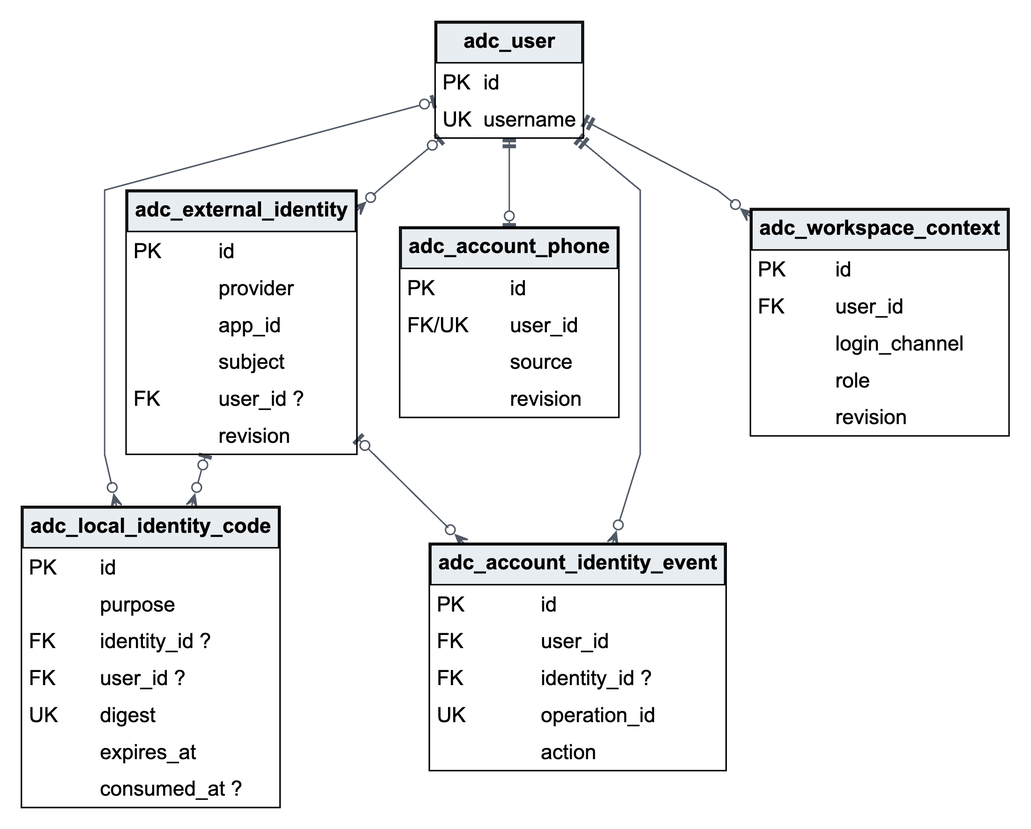
Earlier version of the Graphviz export docs/database/er_patient_account.png (Zhang646967/adc-dental-clinic). Its source is kept beside it as docs/database/er_patient_account.dot.
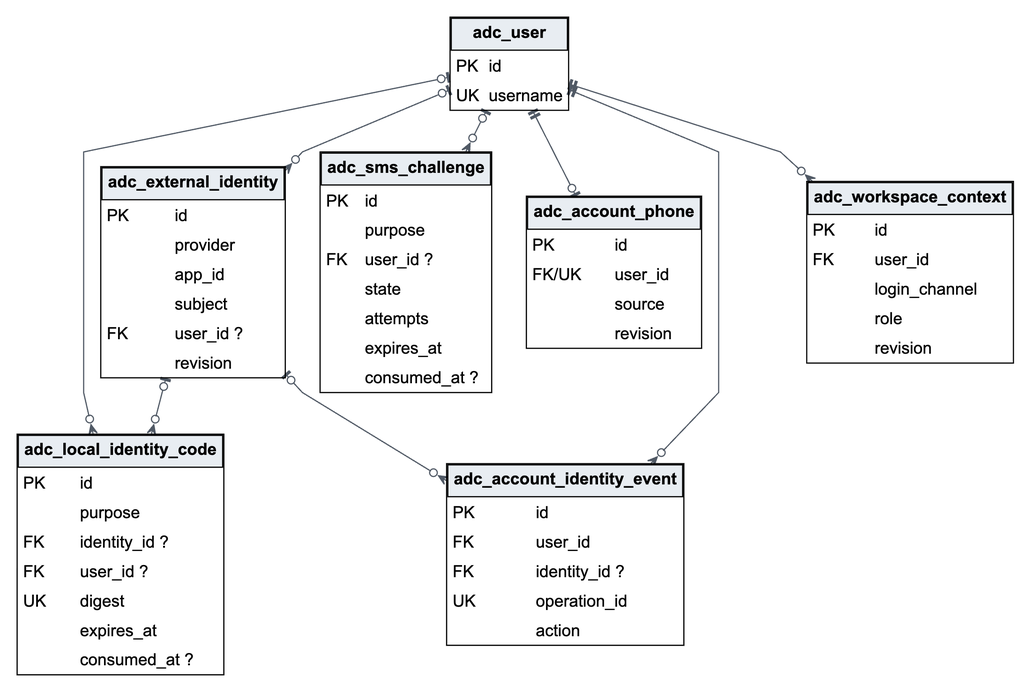
Later version of the same file.

Change to the diagram source:
```diff
@@ -5,12 +5,14 @@
 "adc_user" [label=<<TABLE BORDER="1" CELLBORDER="0" CELLSPACING="0" CELLPADDING="4"><TR><TD COLSPAN="2" BGCOLOR="#e8edf2" BORDER="1"><B>adc_user</B></TD></TR><TR><TD ALIGN="LEFT">PK</TD><TD ALIGN="LEFT" PORT="id">id</TD></TR><TR><TD ALIGN="LEFT">UK</TD><TD ALIGN="LEFT" PORT="username">username</TD></TR></TABLE>>];
 "adc_external_identity" [label=<<TABLE BORDER="1" CELLBORDER="0" CELLSPACING="0" CELLPADDING="4"><TR><TD COLSPAN="2" BGCOLOR="#e8edf2" BORDER="1"><B>adc_external_identity</B></TD></TR><TR><TD ALIGN="LEFT">PK</TD><TD ALIGN="LEFT" PORT="id">id</TD></TR><TR><TD ALIGN="LEFT"></TD><TD ALIGN="LEFT" PORT="provider">provider</TD></TR><TR><TD ALIGN="LEFT"></TD><TD ALIGN="LEFT" PORT="app_id">app_id</TD></TR><TR><TD ALIGN="LEFT"></TD><TD ALIGN="LEFT" PORT="subject">subject</TD></TR><TR><TD ALIGN="LEFT">FK</TD><TD ALIGN="LEFT" PORT="user_id">user_id ?</TD></TR><TR><TD ALIGN="LEFT"></TD><TD ALIGN="LEFT" PORT="revision">revision</TD></TR></TABLE>>];
 "adc_local_identity_code" [label=<<TABLE BORDER="1" CELLBORDER="0" CELLSPACING="0" CELLPADDING="4"><TR><TD COLSPAN="2" BGCOLOR="#e8edf2" BORDER="1"><B>adc_local_identity_code</B></TD></TR><TR><TD ALIGN="LEFT">PK</TD><TD ALIGN="LEFT" PORT="id">id</TD></TR><TR><TD ALIGN="LEFT"></TD><TD ALIGN="LEFT" PORT="purpose">purpose</TD></TR><TR><TD ALIGN="LEFT">FK</TD><TD ALIGN="LEFT" PORT="identity_id">identity_id ?</TD></TR><TR><TD ALIGN="LEFT">FK</TD><TD ALIGN="LEFT" PORT="user_id">user_id ?</TD></TR><TR><TD ALIGN="LEFT">UK</TD><TD ALIGN="LEFT" PORT="digest">digest</TD></TR><TR><TD ALIGN="LEFT"></TD><TD ALIGN="LEFT" PORT="expires_at">expires_at</TD></TR><TR><TD ALIGN="LEFT"></TD><TD ALIGN="LEFT" PORT="consumed_at">consumed_at ?</TD></TR></TABLE>>];
+"adc_sms_challenge" [label=<<TABLE BORDER="1" CELLBORDER="0" CELLSPACING="0" CELLPADDING="4"><TR><TD COLSPAN="2" BGCOLOR="#e8edf2" BORDER="1"><B>adc_sms_challenge</B></TD></TR><TR><TD ALIGN="LEFT">PK</TD><TD ALIGN="LEFT" PORT="id">id</TD></TR><TR><TD ALIGN="LEFT"></TD><TD ALIGN="LEFT" PORT="purpose">purpose</TD></TR><TR><TD ALIGN="LEFT">FK</TD><TD ALIGN="LEFT" PORT="user_id">user_id ?</TD></TR><TR><TD ALIGN="LEFT"></TD><TD ALIGN="LEFT" PORT="state">state</TD></TR><TR><TD ALIGN="LEFT"></TD><TD ALIGN="LEFT" PORT="attempts">attempts</TD></TR><TR><TD ALIGN="LEFT"></TD><TD ALIGN="LEFT" PORT="expires_at">expires_at</TD></TR><TR><TD ALIGN="LEFT"></TD><TD ALIGN="LEFT" PORT="consumed_at">consumed_at ?</TD></TR></TABLE>>];
 "adc_account_phone" [label=<<TABLE BORDER="1" CELLBORDER="0" CELLSPACING="0" CELLPADDING="4"><TR><TD COLSPAN="2" BGCOLOR="#e8edf2" BORDER="1"><B>adc_account_phone</B></TD></TR><TR><TD ALIGN="LEFT">PK</TD><TD ALIGN="LEFT" PORT="id">id</TD></TR><TR><TD ALIGN="LEFT">FK/UK</TD><TD ALIGN="LEFT" PORT="user_id">user_id</TD></TR><TR><TD ALIGN="LEFT"></TD><TD ALIGN="LEFT" PORT="source">source</TD></TR><TR><TD ALIGN="LEFT"></TD><TD ALIGN="LEFT" PORT="revision">revision</TD></TR></TABLE>>];
 "adc_account_identity_event" [label=<<TABLE BORDER="1" CELLBORDER="0" CELLSPACING="0" CELLPADDING="4"><TR><TD COLSPAN="2" BGCOLOR="#e8edf2" BORDER="1"><B>adc_account_identity_event</B></TD></TR><TR><TD ALIGN="LEFT">PK</TD><TD ALIGN="LEFT" PORT="id">id</TD></TR><TR><TD ALIGN="LEFT">FK</TD><TD ALIGN="LEFT" PORT="user_id">user_id</TD></TR><TR><TD ALIGN="LEFT">FK</TD><TD ALIGN="LEFT" PORT="identity_id">identity_id ?</TD></TR><TR><TD ALIGN="LEFT">UK</TD><TD ALIGN="LEFT" PORT="operation_id">operation_id</TD></TR><TR><TD ALIGN="LEFT"></TD><TD ALIGN="LEFT" PORT="action">action</TD></TR></TABLE>>];
 "adc_workspace_context" [label=<<TABLE BORDER="1" CELLBORDER="0" CELLSPACING="0" CELLPADDING="4"><TR><TD COLSPAN="2" BGCOLOR="#e8edf2" BORDER="1"><B>adc_workspace_context</B></TD></TR><TR><TD ALIGN="LEFT">PK</TD><TD ALIGN="LEFT" PORT="id">id</TD></TR><TR><TD ALIGN="LEFT">FK</TD><TD ALIGN="LEFT" PORT="user_id">user_id</TD></TR><TR><TD ALIGN="LEFT"></TD><TD ALIGN="LEFT" PORT="login_channel">login_channel</TD></TR><TR><TD ALIGN="LEFT"></TD><TD ALIGN="LEFT" PORT="role">role</TD></TR><TR><TD ALIGN="LEFT"></TD><TD ALIGN="LEFT" PORT="revision">revision</TD></TR></TABLE>>];
 "adc_user" -> "adc_external_identity" [arrowtail="teeodot", arrowhead="crowodot", tooltip="adc_external_identity.user_id references adc_user.id; 0..*:0..1"];
 "adc_external_identity" -> "adc_local_identity_code" [arrowtail="teeodot", arrowhead="crowodot", tooltip="adc_local_identity_code.identity_id references adc_external_identity.id; 0..*:0..1"];
 "adc_user" -> "adc_local_identity_code" [arrowtail="teeodot", arrowhead="crowodot", tooltip="adc_local_identity_code.user_id references adc_user.id; 0..*:0..1"];
+"adc_user" -> "adc_sms_challenge" [arrowtail="teeodot", arrowhead="crowodot", tooltip="adc_sms_challenge.user_id references adc_user.id; 0..*:0..1"];
 "adc_user" -> "adc_account_phone" [arrowtail="teetee", arrowhead="teeodot", tooltip="adc_account_phone.user_id references adc_user.id; 0..1:1"];
 "adc_user" -> "adc_account_identity_event" [arrowtail="teetee", arrowhead="crowodot", tooltip="adc_account_identity_event.user_id references adc_user.id; 0..*:1"];
 "adc_external_identity" -> "adc_account_identity_event" [arrowtail="teeodot", arrowhead="crowodot", tooltip="adc_account_identity_event.identity_id references adc_external_identity.id; 0..*:0..1"];
```
